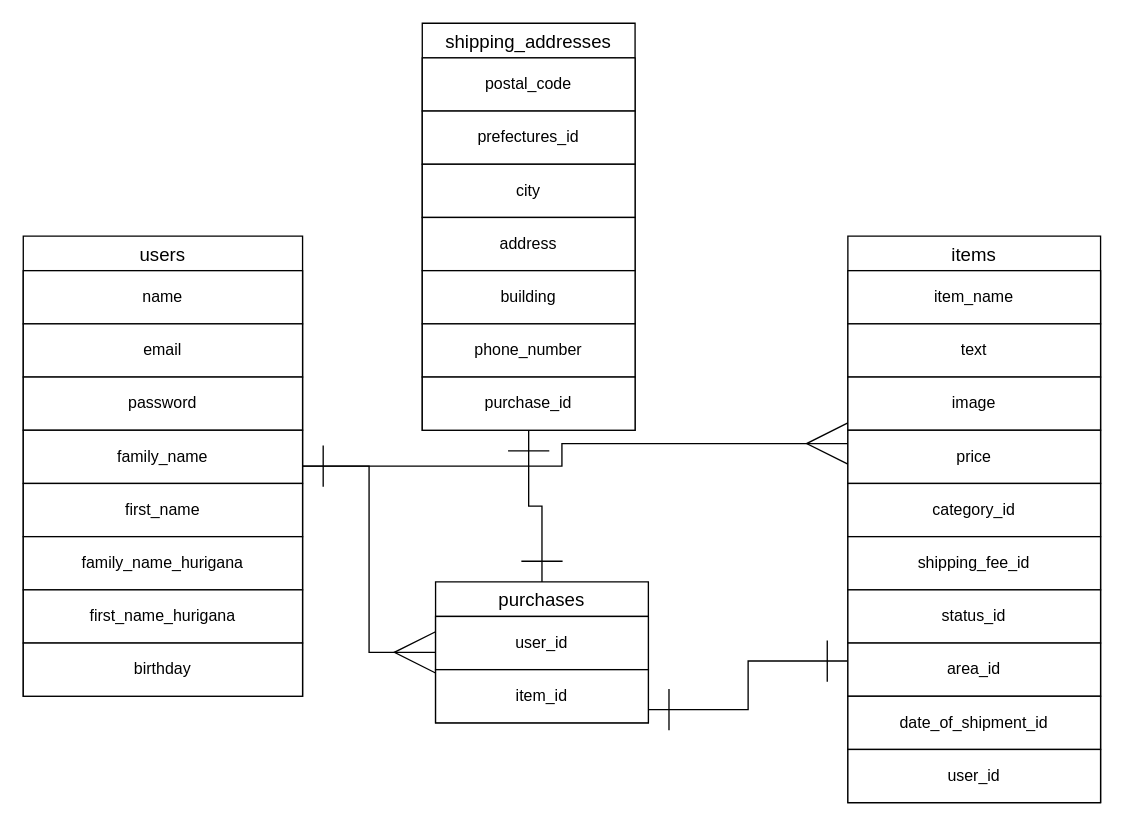
This is furima-34534.dio from yuichiro19/furima-34534, a draw.io file, before an edit. Source tidied: cells renumbered, new cells numbered last; positions are measured from the earlier drawing's top-left corner, leaving out a move shared by most shapes. Both pictures are drawn from the tidied source at 133%, with x=0, y=0 at pixel (23, 23).
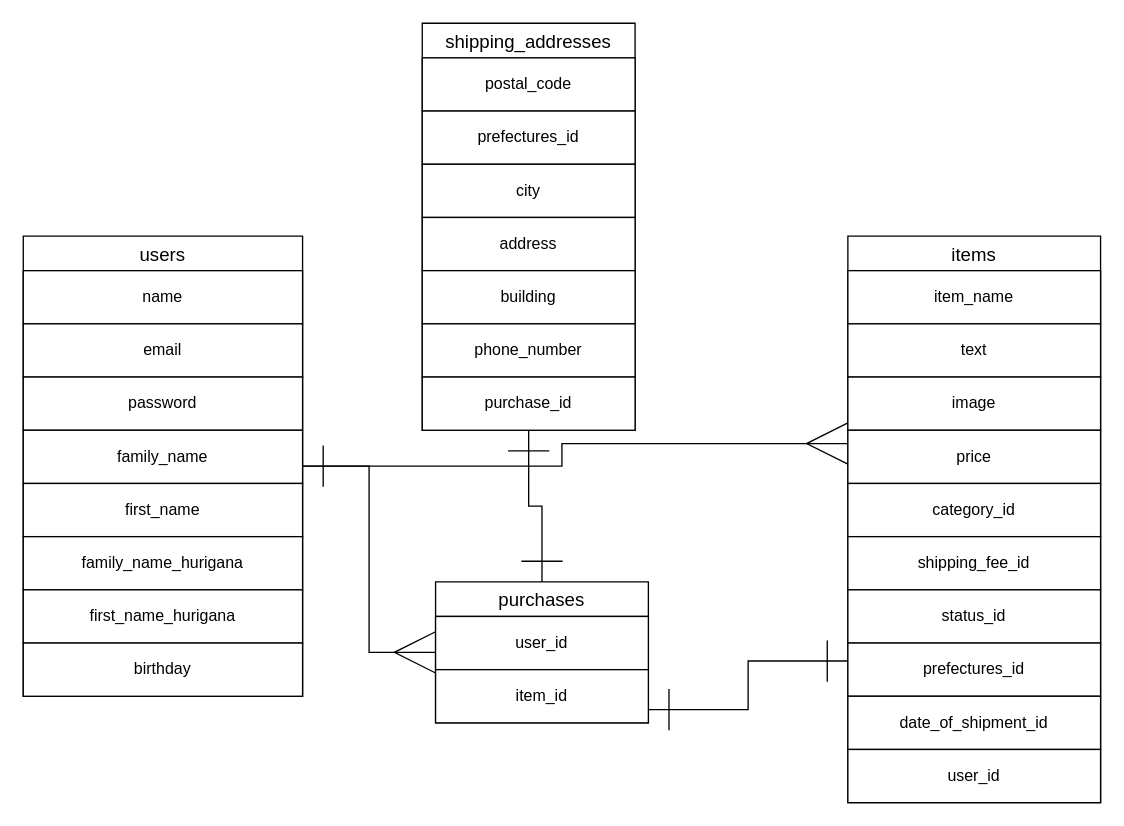
The same page after the edit.

Commit message (it also covers changes not shown here):
README,ER図の訂正その3

Unchanged cells that the change refers to:
```xml
<mxCell id="3" value="items" style="swimlane;fontStyle=0;horizontal=1;startSize=26;align=center;fontSize=14;" parent="1" vertex="1">
  <mxGeometry x="620" y="160" width="190" height="426" as="geometry" />
</mxCell>
```

The edit, as a diff of the source:
```diff
@@
-    <mxCell id="11" value="area_id" style="whiteSpace=wrap;html=1;align=center;" parent="3" vertex="1">
+    <mxCell id="11" value="prefectures_id" style="whiteSpace=wrap;html=1;align=center;" parent="3" vertex="1">
       <mxGeometry y="306" width="190" height="40" as="geometry" />
     </mxCell>
```
